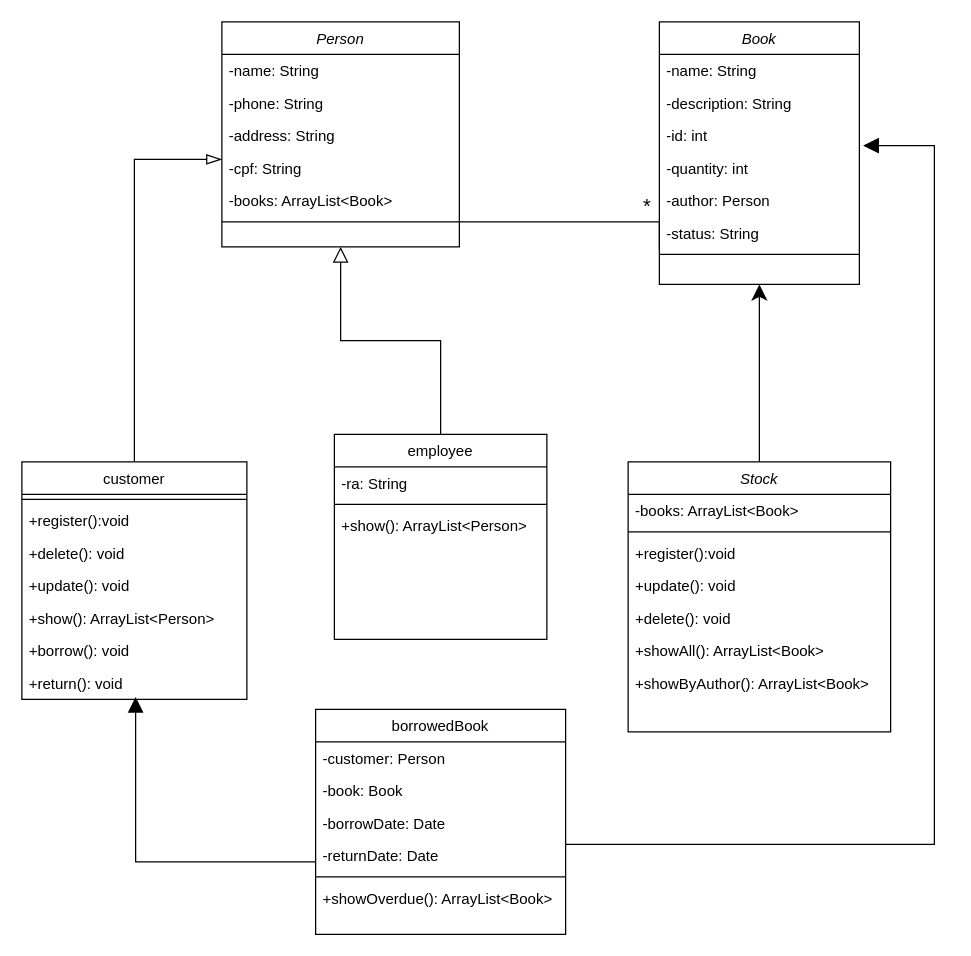
Earlier version of the draw.io diagram Untitled Diagram.drawio (JuanIWK3/diagrams). Source tidied: cells renumbered, new cells numbered last; positions are measured from the earlier drawing's top-left corner, leaving out a move shared by most shapes. Both pictures are drawn from the tidied source at 125%, with x=0, y=0 at pixel (21, 21).
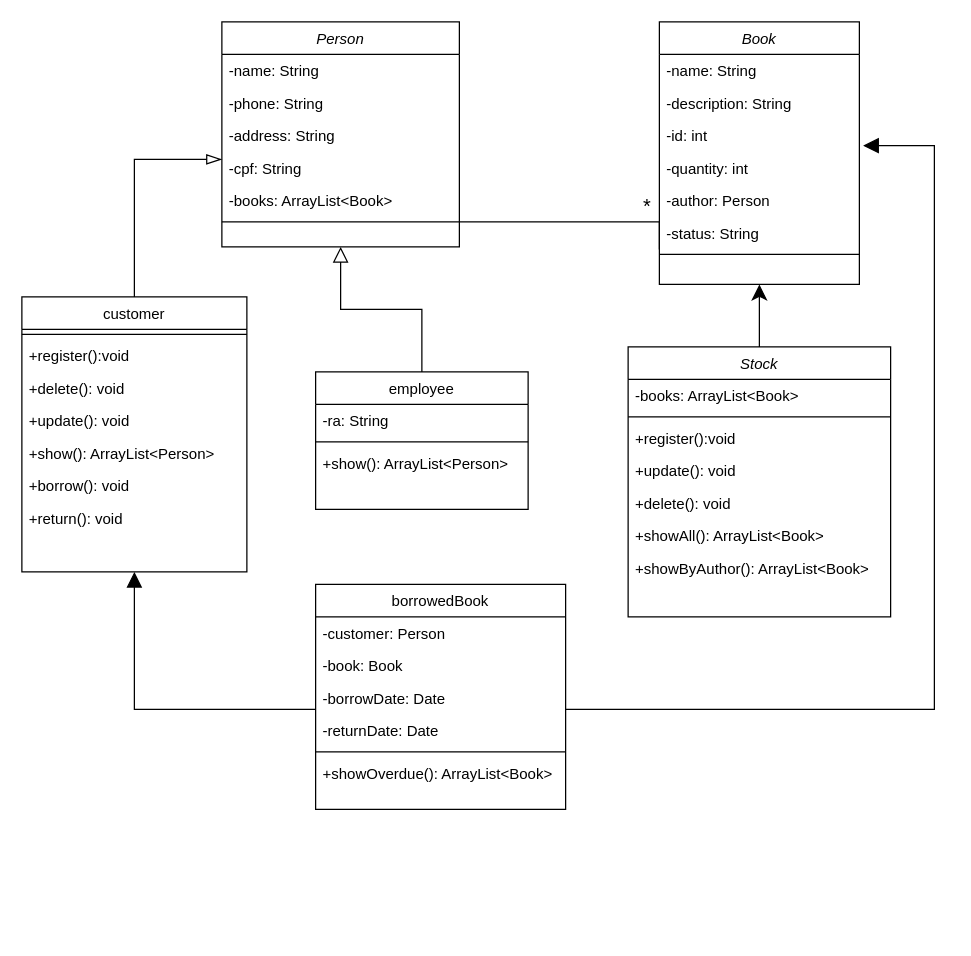
The same diagram, later.

The change refers to these unchanged cells:
```xml
<mxCell id="27" value="-quantity: int" style="text;align=left;verticalAlign=top;spacingLeft=4;spacingRight=4;overflow=hidden;points=[[0,0.5],[1,0.5]];portConstraint=eastwest;" parent="23" vertex="1">
  <mxGeometry y="104" width="160" height="26" as="geometry" />
</mxCell>
```

Change to the diagram source:
```diff
@@
     <mxCell id="9" value="customer" style="swimlane;fontStyle=0;align=center;verticalAlign=top;horizontal=1;startSize=26;rounded=0;shadow=0;strokeWidth=1;" parent="1" vertex="1">
-      <mxGeometry y="352" width="180" height="190" as="geometry" />
+      <mxGeometry y="220" width="180" height="220" as="geometry" />
     </mxCell>
@@
     <mxCell id="19" value="employee" style="swimlane;fontStyle=0;align=center;verticalAlign=top;horizontal=1;startSize=26;rounded=0;shadow=0;strokeWidth=1;" parent="1" vertex="1">
-      <mxGeometry x="250" y="330" width="170" height="164" as="geometry" />
+      <mxGeometry x="235" y="280" width="170" height="110" as="geometry" />
     </mxCell>
@@
     <mxCell id="32" value="Stock" style="swimlane;fontStyle=2;align=center;verticalAlign=top;horizontal=1;startSize=26;rounded=0;shadow=0;strokeWidth=1;" parent="1" vertex="1">
-      <mxGeometry x="485" y="352" width="210" height="216" as="geometry" />
+      <mxGeometry x="485" y="260" width="210" height="216" as="geometry" />
     </mxCell>
@@
-    <mxCell id="42" style="edgeStyle=orthogonalEdgeStyle;rounded=0;jettySize=auto;html=1;fontSize=16;endArrow=block;endFill=1;startSize=6;endSize=10;" parent="1" edge="1" source="44">
+    <mxCell id="42" style="edgeStyle=orthogonalEdgeStyle;rounded=0;jettySize=auto;html=1;fontSize=16;endArrow=block;endFill=1;startSize=6;endSize=10;entryX=0.5;entryY=1;entryDx=0;entryDy=0;" parent="1" edge="1" source="44" target="9">
       <mxGeometry relative="1" as="geometry">
-        <mxPoint x="91" y="540" as="targetPoint" />
         <Array as="points">
-          <mxPoint x="91" y="672" />
+          <mxPoint x="90" y="550" />
         </Array>
       </mxGeometry>
     </mxCell>
     <mxCell id="43" style="edgeStyle=orthogonalEdgeStyle;rounded=0;jettySize=auto;html=1;entryX=1.019;entryY=-0.192;entryDx=0;entryDy=0;fontSize=16;endArrow=block;endFill=1;startSize=6;endSize=10;entryPerimeter=0;" parent="1" edge="1" source="44" target="27">
       <mxGeometry relative="1" as="geometry">
         <Array as="points">
-          <mxPoint x="730" y="658" />
+          <mxPoint x="730" y="550" />
           <mxPoint x="730" y="99" />
         </Array>
       </mxGeometry>
     </mxCell>
     <mxCell id="44" value="borrowedBook" style="swimlane;fontStyle=0;align=center;verticalAlign=top;horizontal=1;startSize=26;rounded=0;shadow=0;strokeWidth=1;" parent="1" vertex="1">
-      <mxGeometry x="235" y="550" width="200" height="180" as="geometry" />
+      <mxGeometry x="235" y="450" width="200" height="180" as="geometry" />
     </mxCell>
```
